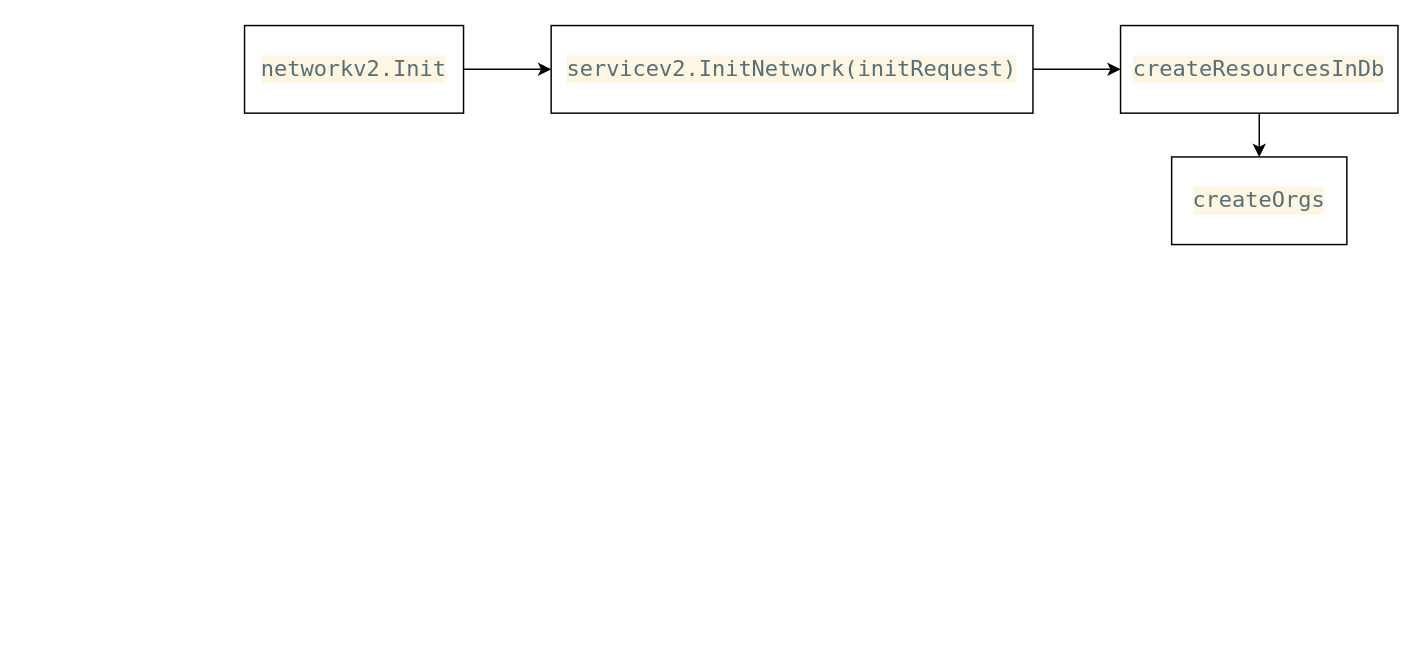
Above: Orderer/Untitled Diagram.drawio in OopsL/Fabric- (draw.io), before the change. Source tidied: cells renumbered, new cells numbered last; positions are measured from the earlier drawing's top-left corner, leaving out a move shared by most shapes. Both pictures are drawn from the tidied source at 146%, with x=0, y=0 at pixel (244, 25).
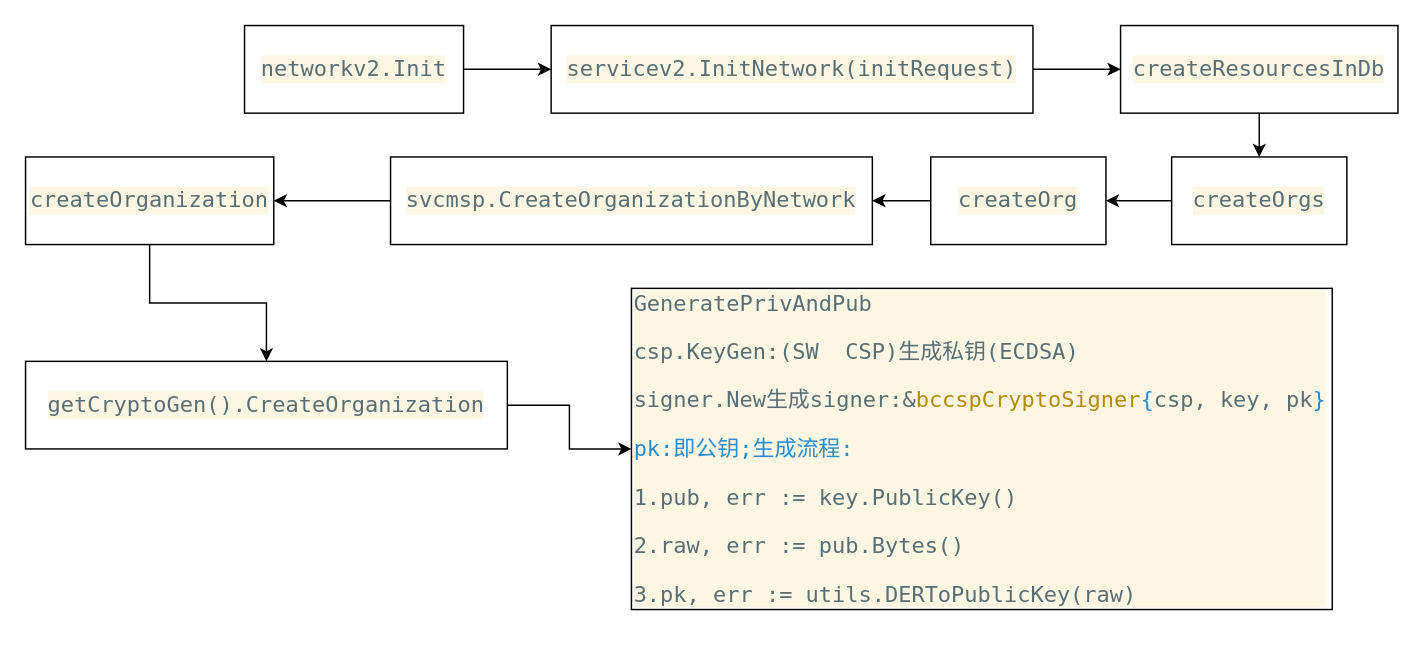
The same diagram, later.

Commit message:
初始化网络流程.drawio

Diff of the diagram source:
```diff
@@
 <mxGraphModel>
   <root>
     <mxCell id="0" />
     <mxCell id="1" parent="0" />
     <mxCell id="2" style="edgeStyle=orthogonalEdgeStyle;rounded=0;jettySize=auto;html=1;exitX=1;exitY=0.5;exitDx=0;exitDy=0;entryX=0;entryY=0.5;entryDx=0;entryDy=0;" parent="1" edge="1" source="3" target="5">
       <mxGeometry relative="1" as="geometry" />
     </mxCell>
     <mxCell id="3" value="&lt;pre style=&quot;background-color: rgb(253 , 246 , 227) ; color: rgb(88 , 110 , 117) ; font-family: &amp;#34;menlo&amp;#34; ; font-size: 11.3pt&quot;&gt;networkv2.Init&lt;/pre&gt;" style="rounded=0;whiteSpace=wrap;html=1;" parent="1" vertex="1">
       <mxGeometry width="150" height="60" as="geometry" />
     </mxCell>
     <mxCell id="4" style="edgeStyle=orthogonalEdgeStyle;rounded=0;jettySize=auto;html=1;" parent="1" edge="1" source="5" target="7">
       <mxGeometry relative="1" as="geometry" />
     </mxCell>
     <mxCell id="5" value="&lt;pre style=&quot;background-color: rgb(253 , 246 , 227) ; color: rgb(88 , 110 , 117) ; font-family: &amp;#34;menlo&amp;#34; ; font-size: 11.3pt&quot;&gt;servicev2.InitNetwork(initRequest)&lt;/pre&gt;" style="rounded=0;whiteSpace=wrap;html=1;" parent="1" vertex="1">
       <mxGeometry x="210" width="330" height="60" as="geometry" />
     </mxCell>
     <mxCell id="6" style="edgeStyle=orthogonalEdgeStyle;rounded=0;jettySize=auto;html=1;" parent="1" edge="1" source="7" target="8">
       <mxGeometry relative="1" as="geometry" />
     </mxCell>
     <mxCell id="7" value="&lt;pre style=&quot;background-color: rgb(253 , 246 , 227) ; color: rgb(88 , 110 , 117) ; font-family: &amp;#34;menlo&amp;#34; ; font-size: 11.3pt&quot;&gt;createResourcesInDb&lt;/pre&gt;" style="rounded=0;whiteSpace=wrap;html=1;" parent="1" vertex="1">
       <mxGeometry x="600" width="190" height="60" as="geometry" />
     </mxCell>
+    <mxCell id="9" style="edgeStyle=orthogonalEdgeStyle;rounded=0;jettySize=auto;html=1;" parent="1" edge="1" source="8" target="11">
+      <mxGeometry relative="1" as="geometry" />
+    </mxCell>
     <mxCell id="8" value="&lt;pre style=&quot;background-color: rgb(253 , 246 , 227) ; color: rgb(88 , 110 , 117) ; font-family: &amp;#34;menlo&amp;#34; ; font-size: 11.3pt&quot;&gt;createOrgs&lt;/pre&gt;" style="rounded=0;whiteSpace=wrap;html=1;" parent="1" vertex="1">
       <mxGeometry x="635" y="90" width="120" height="60" as="geometry" />
     </mxCell>
+    <mxCell id="10" style="edgeStyle=orthogonalEdgeStyle;rounded=0;jettySize=auto;html=1;" parent="1" edge="1" source="11" target="13">
+      <mxGeometry relative="1" as="geometry" />
+    </mxCell>
+    <mxCell id="11" value="&lt;pre style=&quot;background-color: rgb(253 , 246 , 227) ; color: rgb(88 , 110 , 117) ; font-family: &amp;#34;menlo&amp;#34; ; font-size: 11.3pt&quot;&gt;createOrg&lt;/pre&gt;" style="rounded=0;whiteSpace=wrap;html=1;" parent="1" vertex="1">
+      <mxGeometry x="470" y="90" width="120" height="60" as="geometry" />
+    </mxCell>
+    <mxCell id="12" style="edgeStyle=orthogonalEdgeStyle;rounded=0;jettySize=auto;html=1;" parent="1" edge="1" source="13" target="15">
+      <mxGeometry relative="1" as="geometry" />
+    </mxCell>
+    <mxCell id="13" value="&lt;pre style=&quot;background-color: rgb(253 , 246 , 227) ; color: rgb(88 , 110 , 117) ; font-family: &amp;#34;menlo&amp;#34; ; font-size: 11.3pt&quot;&gt;svcmsp.CreateOrganizationByNetwork&lt;/pre&gt;" style="rounded=0;whiteSpace=wrap;html=1;" parent="1" vertex="1">
+      <mxGeometry x="100" y="90" width="330" height="60" as="geometry" />
+    </mxCell>
+    <mxCell id="14" style="edgeStyle=orthogonalEdgeStyle;rounded=0;jettySize=auto;html=1;" parent="1" edge="1" source="15" target="17">
+      <mxGeometry relative="1" as="geometry" />
+    </mxCell>
+    <mxCell id="15" value="&lt;pre style=&quot;background-color: rgb(253 , 246 , 227) ; color: rgb(88 , 110 , 117) ; font-family: &amp;#34;menlo&amp;#34; ; font-size: 11.3pt&quot;&gt;&lt;pre style=&quot;font-family: &amp;#34;menlo&amp;#34; ; font-size: 11.3pt&quot;&gt;createOrganization&lt;/pre&gt;&lt;/pre&gt;" style="rounded=0;whiteSpace=wrap;html=1;" parent="1" vertex="1">
+      <mxGeometry x="-150" y="90" width="170" height="60" as="geometry" />
+    </mxCell>
+    <mxCell id="16" style="edgeStyle=orthogonalEdgeStyle;rounded=0;jettySize=auto;html=1;" parent="1" edge="1" source="17" target="18">
+      <mxGeometry relative="1" as="geometry" />
+    </mxCell>
+    <mxCell id="17" value="&lt;pre style=&quot;background-color: rgb(253 , 246 , 227) ; color: rgb(88 , 110 , 117) ; font-family: &amp;#34;menlo&amp;#34; ; font-size: 11.3pt&quot;&gt;&lt;pre style=&quot;font-family: &amp;#34;menlo&amp;#34; ; font-size: 11.3pt&quot;&gt;&lt;pre style=&quot;font-family: &amp;#34;menlo&amp;#34; ; font-size: 11.3pt&quot;&gt;getCryptoGen().CreateOrganization&lt;/pre&gt;&lt;/pre&gt;&lt;/pre&gt;" style="rounded=0;whiteSpace=wrap;html=1;" parent="1" vertex="1">
+      <mxGeometry x="-150" y="230" width="330" height="60" as="geometry" />
+    </mxCell>
+    <mxCell id="18" value="&lt;pre style=&quot;background-color: rgb(253 , 246 , 227) ; font-family: &amp;#34;menlo&amp;#34; ; font-size: 11.3pt&quot;&gt;&lt;pre style=&quot;font-family: &amp;#34;menlo&amp;#34; ; font-size: 11.3pt&quot;&gt;&lt;pre style=&quot;font-family: &amp;#34;menlo&amp;#34; ; font-size: 11.3pt&quot;&gt;&lt;pre style=&quot;color: rgb(88 , 110 , 117) ; font-family: &amp;#34;menlo&amp;#34; ; font-size: 11.3pt&quot;&gt;GeneratePrivAndPub&lt;/pre&gt;&lt;pre style=&quot;font-family: &amp;#34;menlo&amp;#34; ; font-size: 11.3pt&quot;&gt;&lt;pre style=&quot;color: rgb(88 , 110 , 117) ; font-family: &amp;#34;menlo&amp;#34; ; font-size: 11.3pt&quot;&gt;csp.KeyGen:(SW  CSP)生成私钥(ECDSA)&lt;/pre&gt;&lt;pre style=&quot;font-family: &amp;#34;menlo&amp;#34; ; font-size: 11.3pt&quot;&gt;&lt;pre style=&quot;color: rgb(88 , 110 , 117) ; font-family: &amp;#34;menlo&amp;#34; ; font-size: 11.3pt&quot;&gt;signer.New生成signer:&lt;span style=&quot;font-size: 11.3pt ; white-space: normal&quot;&gt;&amp;amp;&lt;/span&gt;&lt;span style=&quot;font-size: 11.3pt ; white-space: normal ; color: rgb(181 , 137 , 0)&quot;&gt;bccspCryptoSigner&lt;/span&gt;&lt;span style=&quot;font-size: 11.3pt ; white-space: normal ; color: rgb(38 , 139 , 210)&quot;&gt;{&lt;/span&gt;&lt;span style=&quot;font-size: 11.3pt ; white-space: normal&quot;&gt;csp, key, pk&lt;/span&gt;&lt;span style=&quot;font-size: 11.3pt ; white-space: normal ; color: rgb(38 , 139 , 210)&quot;&gt;}&lt;/span&gt;&lt;/pre&gt;&lt;pre style=&quot;font-family: &amp;#34;menlo&amp;#34; ; font-size: 11.3pt&quot;&gt;&lt;font color=&quot;#268bd2&quot;&gt;&lt;span style=&quot;white-space: normal&quot;&gt;pk:即公钥;生成流程:&lt;/span&gt;&lt;/font&gt;&lt;/pre&gt;&lt;pre style=&quot;font-family: &amp;#34;menlo&amp;#34; ; font-size: 11.3pt&quot;&gt;&lt;pre style=&quot;color: rgb(88 , 110 , 117) ; font-family: &amp;#34;menlo&amp;#34; ; font-size: 11.3pt&quot;&gt;1.pub, err := key.PublicKey()&lt;/pre&gt;&lt;pre style=&quot;color: rgb(88 , 110 , 117) ; font-family: &amp;#34;menlo&amp;#34; ; font-size: 11.3pt&quot;&gt;2.&lt;span style=&quot;font-family: &amp;#34;menlo&amp;#34; ; font-size: 11.3pt ; white-space: normal&quot;&gt;raw, err := pub.Bytes()&lt;/span&gt;&lt;/pre&gt;&lt;pre style=&quot;color: rgb(88 , 110 , 117) ; font-family: &amp;#34;menlo&amp;#34; ; font-size: 11.3pt&quot;&gt;3.&lt;span style=&quot;font-family: &amp;#34;menlo&amp;#34; ; font-size: 11.3pt ; white-space: normal&quot;&gt;pk, err := utils.DERToPublicKey(raw)&lt;/span&gt;&lt;/pre&gt;&lt;/pre&gt;&lt;/pre&gt;&lt;/pre&gt;&lt;/pre&gt;&lt;/pre&gt;&lt;/pre&gt;" style="rounded=0;whiteSpace=wrap;html=1;align=left;" parent="1" vertex="1">
+      <mxGeometry x="265" y="180" width="480" height="220" as="geometry" />
+    </mxCell>
   </root>
 </mxGraphModel>
```
